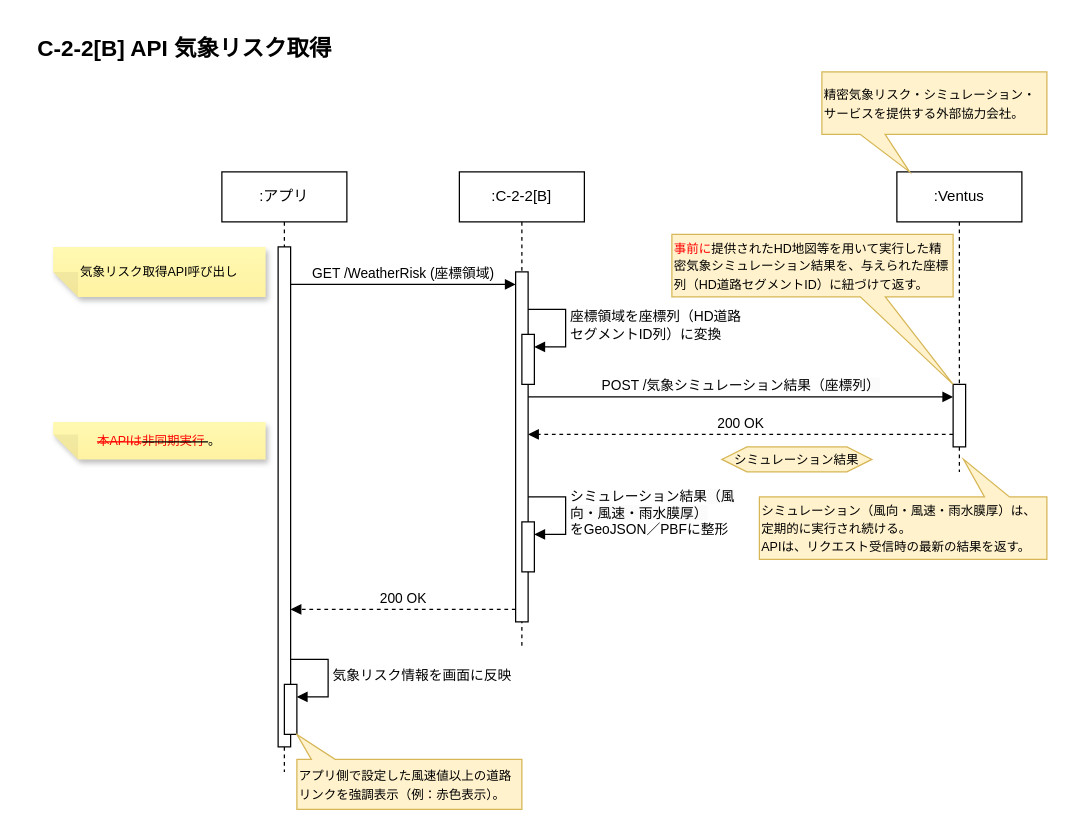
Before: page "[API]気象リスク取得" (3 of 7) of models/c-2-2-api-sequences.drawio in Sportacandy/C-2-2API, a draw.io diagram. Source tidied: cells renumbered, new cells numbered last; positions are measured from the earlier drawing's top-left corner, leaving out a move shared by most shapes. Both pictures are drawn from the tidied source at 125%, with x=0, y=0 at pixel (21, 21).
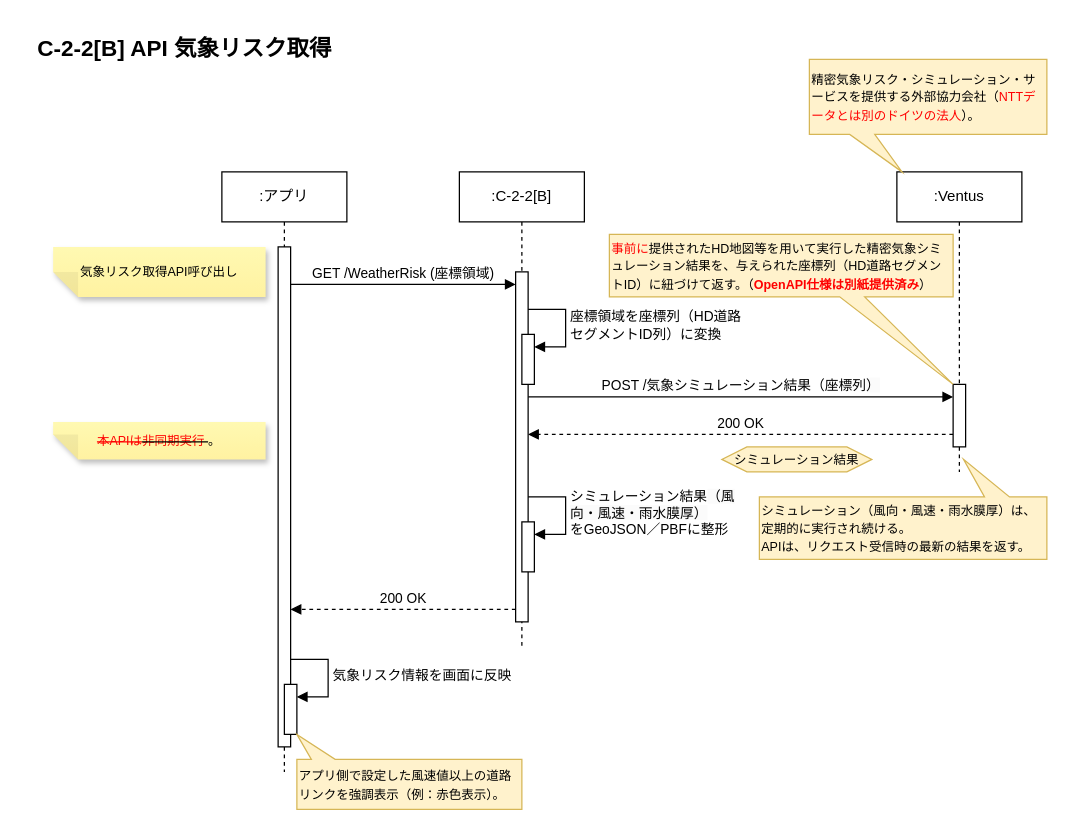
Above is the later version.

Diff of the diagram source:
```diff
@@
-    <mxCell id="20" value="&lt;font style=&quot;font-size: 10px;&quot;&gt;精密気象リスク・シミュレーション・サービスを提供する外部協力会社。&lt;/font&gt;" style="shape=callout;whiteSpace=wrap;html=1;perimeter=calloutPerimeter;position2=0.39;fillColor=#fff2cc;strokeColor=#d6b656;align=left;size=30;position=0.17;" parent="1" vertex="1">
-      <mxGeometry x="640" y="40" width="180" height="80" as="geometry" />
+    <mxCell id="20" value="&lt;font style=&quot;font-size: 10px;&quot;&gt;精密気象リスク・シミュレーション・サービスを提供する外部協力会社（&lt;font color=&quot;#ff0000&quot;&gt;NTTデータとは別のドイツの法人&lt;/font&gt;）。&lt;/font&gt;" style="shape=callout;whiteSpace=wrap;html=1;perimeter=calloutPerimeter;position2=0.39;fillColor=#fff2cc;strokeColor=#d6b656;align=left;size=30;position=0.17;" parent="1" vertex="1">
+      <mxGeometry x="630" y="30" width="190" height="90" as="geometry" />
     </mxCell>
-    <mxCell id="21" value="&lt;font style=&quot;font-size: 10px;&quot;&gt;&lt;font color=&quot;#ff0000&quot;&gt;事前に&lt;/font&gt;提供されたHD地図等を用いて実行した精密気象シミュレーション結果を、与えられた座標列（HD道路セグメントID）に紐づけて返す。&lt;/font&gt;" style="shape=callout;whiteSpace=wrap;html=1;perimeter=calloutPerimeter;position2=1;fillColor=#fff2cc;strokeColor=#d6b656;align=left;size=70;position=0.67;base=20;" parent="1" vertex="1">
-      <mxGeometry x="520" y="170" width="225" height="120" as="geometry" />
+    <mxCell id="21" value="&lt;font style=&quot;font-size: 10px;&quot;&gt;&lt;font color=&quot;#ff0000&quot;&gt;事前に&lt;/font&gt;提供されたHD地図等を用いて実行した精密気象シミュレーション結果を、与えられた座標列（HD道路セグメントID）に紐づけて返す。（&lt;font color=&quot;#ff0000&quot;&gt;&lt;b&gt;OpenAPI仕様は別紙提供済み&lt;/b&gt;&lt;/font&gt;）&lt;/font&gt;" style="shape=callout;whiteSpace=wrap;html=1;perimeter=calloutPerimeter;position2=1;fillColor=#fff2cc;strokeColor=#d6b656;align=left;size=70;position=0.67;base=20;" parent="1" vertex="1">
+      <mxGeometry x="470" y="170" width="275" height="120" as="geometry" />
     </mxCell>
```
